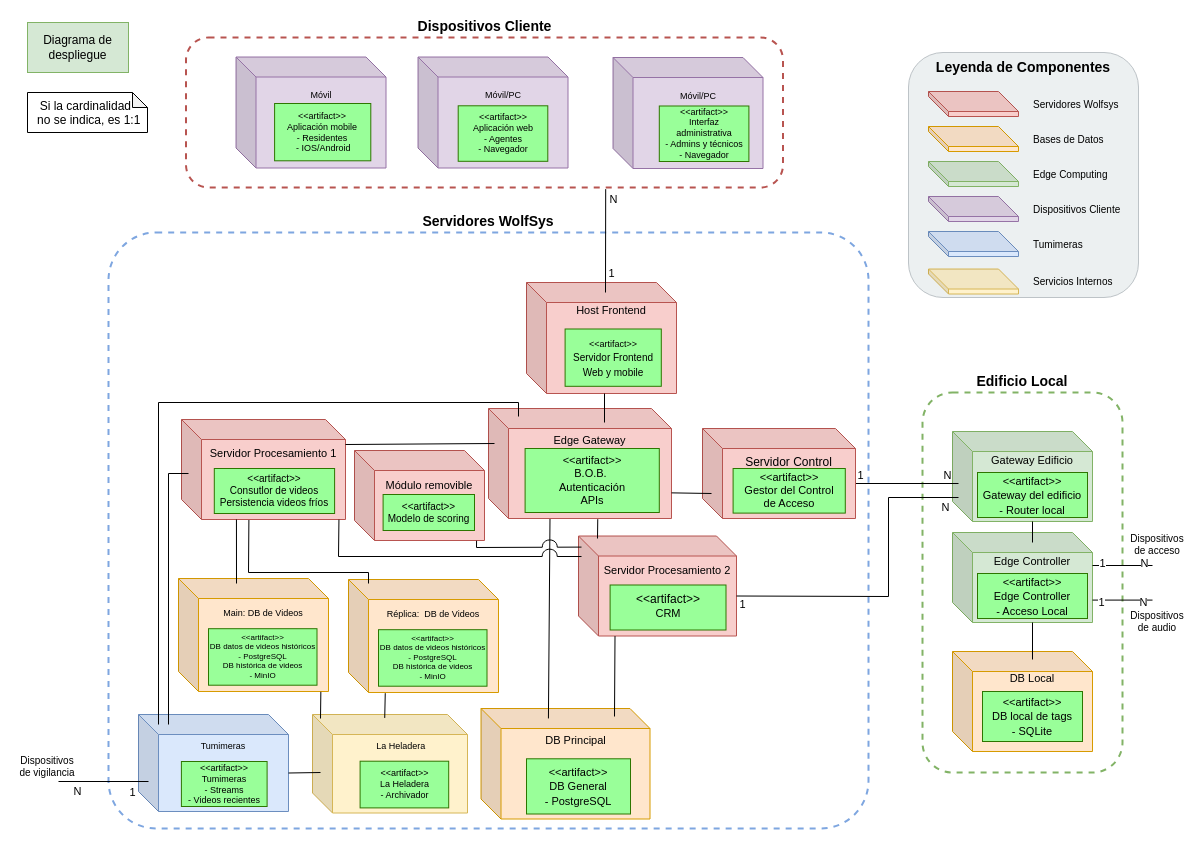
Before: Documentación de la arquitectura/Diagramas/Editables-drawio/Diagrama-de-despliegue.drawio in LIMoreno04/Caso-de-estudio---WolfSys---Arquitectura, a draw.io diagram. Source tidied: cells renumbered, new cells numbered last; positions are measured from the earlier drawing's top-left corner, leaving out a move shared by most shapes. Both pictures are drawn from the tidied source at 100%, with x=0, y=0 at pixel (17, 22).
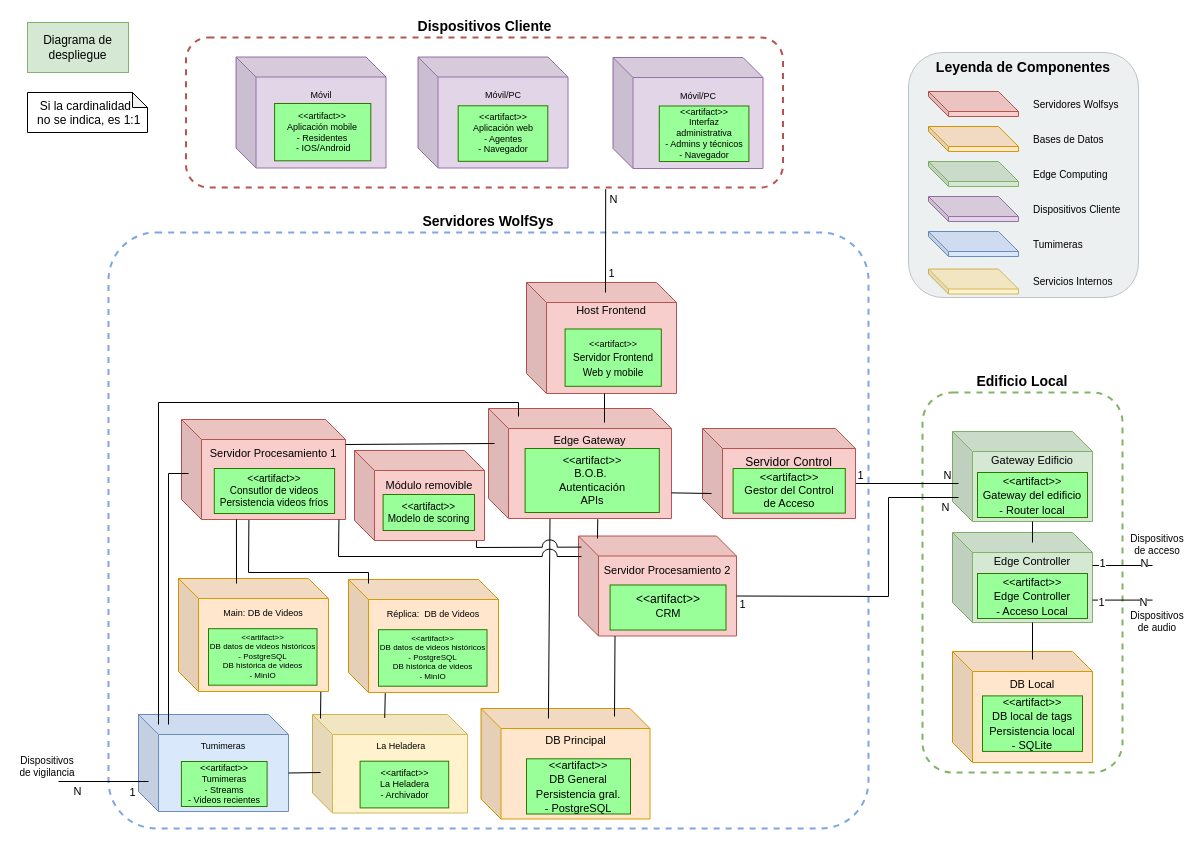
The same diagram, later.

Unchanged cells that the change refers to:
```xml
<mxCell id="26" style="group;" parent="25" vertex="1">
  <mxGeometry width="169" height="110.5" as="geometry" />
</mxCell>
```

Diff of the diagram source:
```diff
@@
     <mxCell id="16" style="group;" parent="1" vertex="1">
-      <mxGeometry x="935" y="629" width="140" height="100" as="geometry" />
+      <mxGeometry x="935" y="629" width="140" height="111" as="geometry" />
     </mxCell>
     <mxCell id="17" value="DB Local&lt;div&gt;&lt;br&gt;&lt;/div&gt;&lt;div&gt;&lt;br&gt;&lt;/div&gt;&lt;div&gt;&lt;br&gt;&lt;/div&gt;&lt;div&gt;&lt;br&gt;&lt;/div&gt;&lt;div&gt;&lt;br&gt;&lt;/div&gt;" style="shape=cube;whiteSpace=wrap;html=1;boundedLbl=1;backgroundOutline=1;darkOpacity=0.05;darkOpacity2=0.1;fillColor=#ffe6cc;strokeColor=#d79b00;fontSize=11;fontStyle=0;" parent="16" vertex="1">
-      <mxGeometry width="140" height="100" as="geometry" />
+      <mxGeometry width="140" height="111" as="geometry" />
     </mxCell>
-    <mxCell id="18" value="&lt;span style=&quot;font-size: 11px;&quot;&gt;&amp;lt;&amp;lt;artifact&amp;gt;&amp;gt;&lt;/span&gt;&lt;br style=&quot;font-size: 11px;&quot;&gt;&lt;span style=&quot;font-size: 11px;&quot;&gt;DB local de tags&lt;/span&gt;&lt;div&gt;&lt;span style=&quot;font-size: 11px;&quot;&gt;- SQLite&lt;/span&gt;&lt;/div&gt;" style="rounded=0;whiteSpace=wrap;html=1;fillColor=#99FF99;fontColor=#000000;strokeColor=#2D7600;" parent="16" vertex="1">
-      <mxGeometry x="30" y="40" width="100" height="50" as="geometry" />
+    <mxCell id="18" value="&lt;span style=&quot;font-size: 11px;&quot;&gt;&amp;lt;&amp;lt;artifact&amp;gt;&amp;gt;&lt;/span&gt;&lt;br style=&quot;font-size: 11px;&quot;&gt;&lt;span style=&quot;font-size: 11px;&quot;&gt;DB local de tags&lt;/span&gt;&lt;div&gt;&lt;span style=&quot;font-size: 11px;&quot;&gt;Persistencia local&lt;br&gt;&lt;/span&gt;&lt;div&gt;&lt;span style=&quot;font-size: 11px;&quot;&gt;- SQLite&lt;/span&gt;&lt;/div&gt;&lt;/div&gt;" style="rounded=0;whiteSpace=wrap;html=1;fillColor=#99FF99;fontColor=#000000;strokeColor=#2D7600;" parent="16" vertex="1">
+      <mxGeometry x="30" y="44.4" width="100" height="55.5" as="geometry" />
     </mxCell>
@@
-    <mxCell id="28" value="&lt;span style=&quot;font-size: 11px;&quot;&gt;&amp;lt;&amp;lt;artifact&amp;gt;&amp;gt;&lt;/span&gt;&lt;br style=&quot;font-size: 11px;&quot;&gt;&lt;span style=&quot;font-size: 11px;&quot;&gt;DB General&lt;/span&gt;&lt;div&gt;&lt;span style=&quot;font-size: 11px;&quot;&gt;-&amp;nbsp;&lt;/span&gt;&lt;span style=&quot;font-size: 11px; background-color: transparent; color: light-dark(rgb(0, 0, 0), rgb(237, 237, 237));&quot;&gt;PostgreSQL&lt;/span&gt;&lt;/div&gt;" style="rounded=0;whiteSpace=wrap;html=1;fillColor=#99FF99;fontColor=#000000;strokeColor=#2D7600;" parent="26" vertex="1">
+    <mxCell id="28" value="&lt;span style=&quot;font-size: 11px;&quot;&gt;&amp;lt;&amp;lt;artifact&amp;gt;&amp;gt;&lt;/span&gt;&lt;br style=&quot;font-size: 11px;&quot;&gt;&lt;span style=&quot;font-size: 11px;&quot;&gt;DB General&lt;/span&gt;&lt;div&gt;&lt;span style=&quot;font-size: 11px;&quot;&gt;Persistencia gral.&lt;br&gt;&lt;/span&gt;&lt;div&gt;&lt;span style=&quot;font-size: 11px;&quot;&gt;-&amp;nbsp;&lt;/span&gt;&lt;span style=&quot;font-size: 11px; background-color: transparent; color: light-dark(rgb(0, 0, 0), rgb(237, 237, 237));&quot;&gt;PostgreSQL&lt;/span&gt;&lt;/div&gt;&lt;/div&gt;" style="rounded=0;whiteSpace=wrap;html=1;fillColor=#99FF99;fontColor=#000000;strokeColor=#2D7600;" parent="26" vertex="1">
       <mxGeometry x="45.5" y="50.3" width="104" height="55.2" as="geometry" />
     </mxCell>
```
